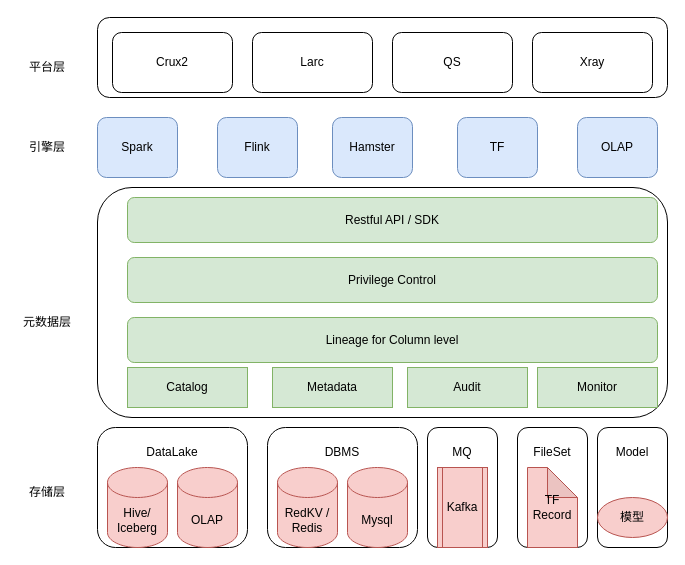
Above: 统一元数据 产品形态.drawio in labud/pictures (draw.io), before the change. Source tidied: cells renumbered, new cells numbered last; positions are measured from the earlier drawing's top-left corner, leaving out a move shared by most shapes. Both pictures are drawn from the tidied source at 100%, with x=0, y=0 at pixel (17, 17).
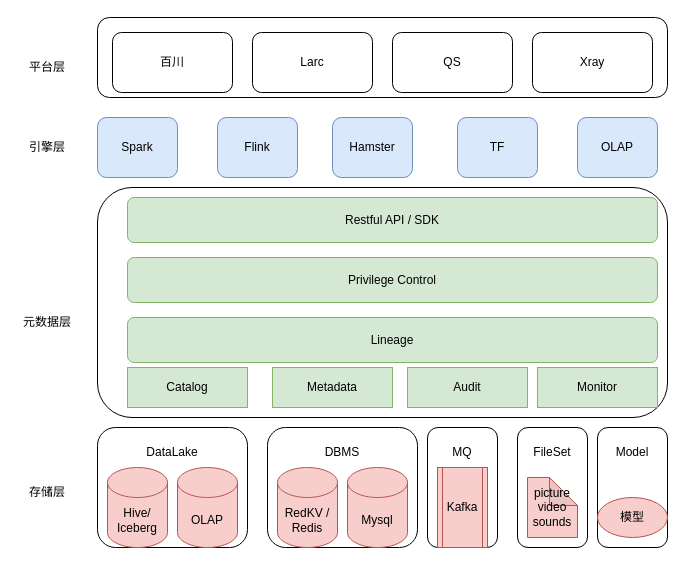
Above is the later version.

Commit message:
Update 统一元数据 产品形态.drawio

What changed in the source:
```diff
@@
-    <mxCell id="12" value="TF Record" style="shape=note;whiteSpace=wrap;html=1;backgroundOutline=1;darkOpacity=0.05;fillColor=#f8cecc;strokeColor=#b85450;" parent="1" vertex="1">
-      <mxGeometry x="510" y="450" width="50" height="80" as="geometry" />
+    <mxCell id="12" value="picture&lt;div&gt;video&lt;/div&gt;&lt;div&gt;sounds&lt;/div&gt;" style="shape=note;whiteSpace=wrap;html=1;backgroundOutline=1;darkOpacity=0.05;fillColor=#f8cecc;strokeColor=#b85450;size=28;" parent="1" vertex="1">
+      <mxGeometry x="510" y="460" width="50" height="60" as="geometry" />
     </mxCell>
@@
-    <mxCell id="33" value="Crux2" style="rounded=1;whiteSpace=wrap;html=1;" parent="1" vertex="1">
+    <mxCell id="33" value="百川" style="rounded=1;whiteSpace=wrap;html=1;" parent="1" vertex="1">
       <mxGeometry x="95" y="15" width="120" height="60" as="geometry" />
     </mxCell>
@@
-    <mxCell id="37" value="Lineage for Column level" style="rounded=1;whiteSpace=wrap;html=1;fillColor=#d5e8d4;strokeColor=#82b366;" parent="1" vertex="1">
+    <mxCell id="37" value="Lineage" style="rounded=1;whiteSpace=wrap;html=1;fillColor=#d5e8d4;strokeColor=#82b366;" parent="1" vertex="1">
       <mxGeometry x="110" y="300" width="530" height="45" as="geometry" />
     </mxCell>
```
